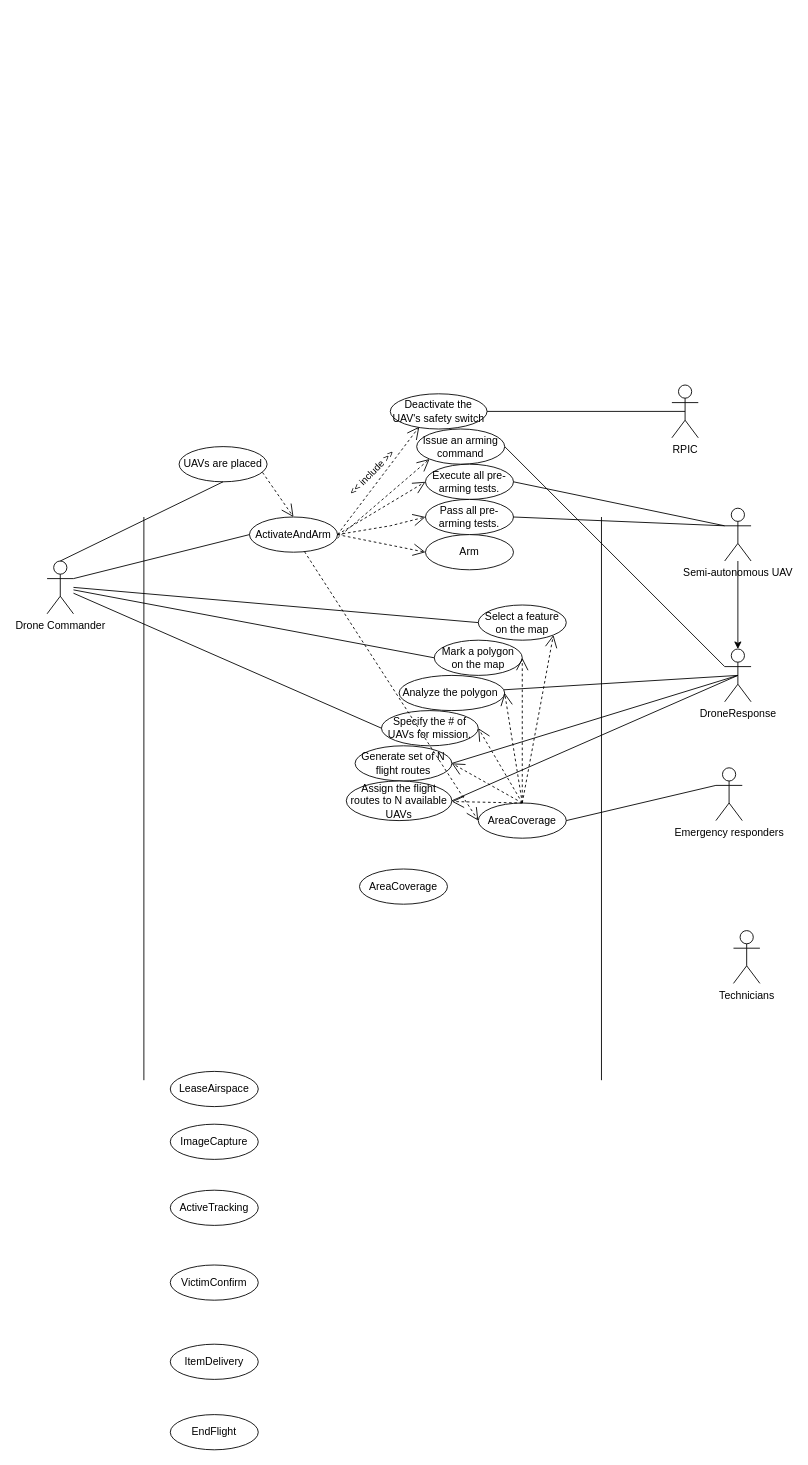
bekzod-amonov/Software-Engineering keeps this draw.io diagram as Assignment-6-Ex-1.drawio. Above is the earlier version. Source tidied: cells renumbered, new cells numbered last; positions are measured from the earlier drawing's top-left corner, leaving out a move shared by most shapes. Both pictures are drawn from the tidied source at 88%, with x=0, y=0 at pixel (47, 385).
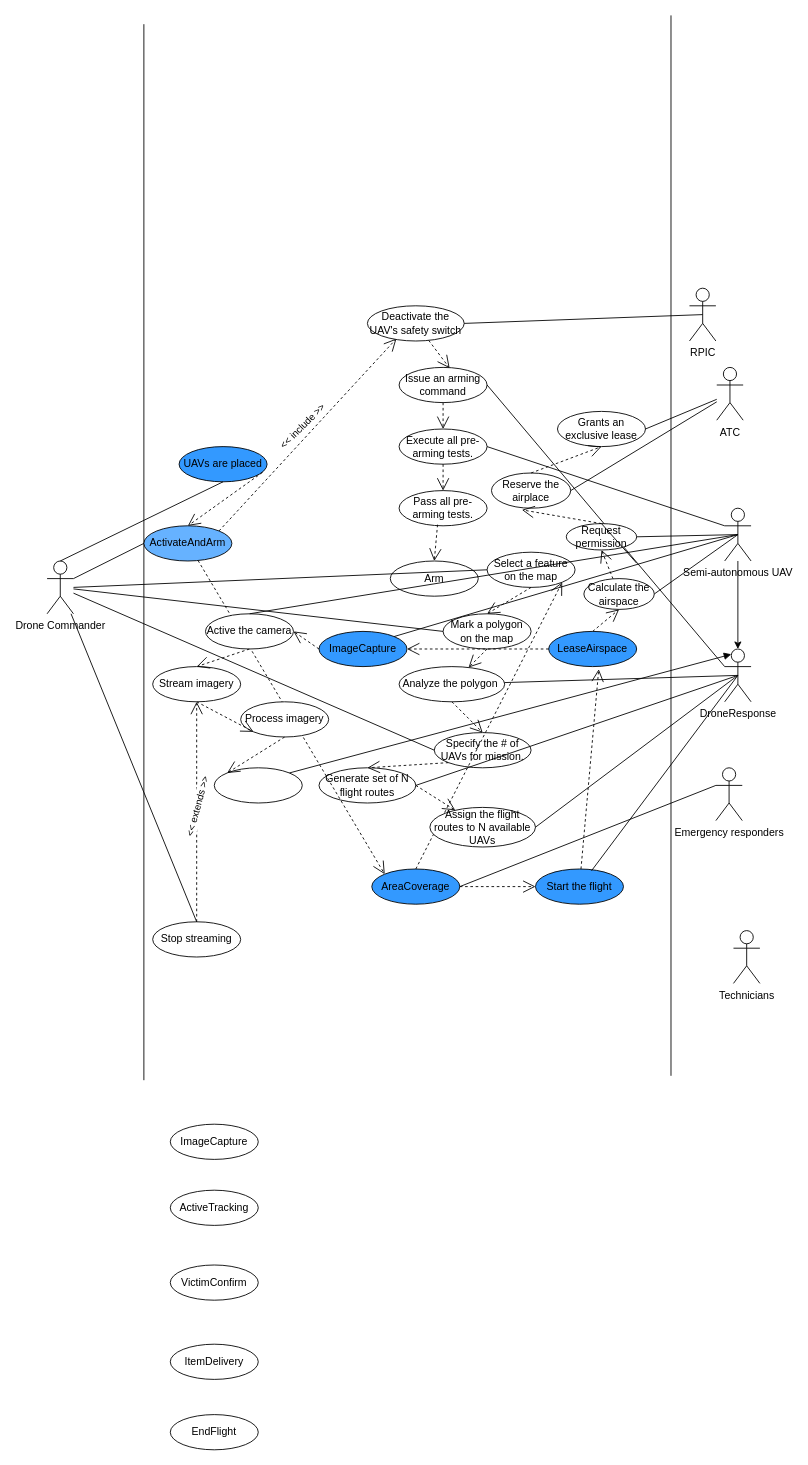
The same diagram, later.

The change refers to these unchanged cells:
```xml
<mxCell id="4" value="Drone Commander" style="shape=umlActor;verticalLabelPosition=bottom;verticalAlign=top;html=1;" parent="1" vertex="1">
  <mxGeometry y="200" width="30" height="60" as="geometry" />
</mxCell>
<mxCell id="5" value="Semi-autonomous UAV" style="shape=umlActor;verticalLabelPosition=bottom;verticalAlign=top;html=1;" parent="1" vertex="1">
  <mxGeometry x="770" y="140" width="30" height="60" as="geometry" />
</mxCell>
<mxCell id="7" value="DroneResponse" style="shape=umlActor;verticalLabelPosition=bottom;verticalAlign=top;html=1;" parent="1" vertex="1">
  <mxGeometry x="770" y="300" width="30" height="60" as="geometry" />
</mxCell>
```

Change to the diagram source:
```diff
@@
     <mxCell id="2" style="endArrow=none;html=1;rounded=0;" parent="1" edge="1">
       <mxGeometry relative="1" as="geometry">
         <mxPoint x="110" y="790" as="sourcePoint" />
-        <mxPoint x="110" y="150" as="targetPoint" />
+        <mxPoint x="110" y="-410" as="targetPoint" />
       </mxGeometry>
     </mxCell>
     <mxCell id="3" style="endArrow=none;html=1;rounded=0;" parent="1" edge="1">
       <mxGeometry relative="1" as="geometry">
-        <mxPoint x="630" y="790" as="sourcePoint" />
-        <mxPoint x="630" y="150" as="targetPoint" />
+        <mxPoint x="709" y="785" as="sourcePoint" />
+        <mxPoint x="709" y="-420" as="targetPoint" />
       </mxGeometry>
     </mxCell>
@@
     <mxCell id="8" value="RPIC" style="shape=umlActor;verticalLabelPosition=bottom;verticalAlign=top;html=1;" parent="1" vertex="1">
-      <mxGeometry x="710" width="30" height="60" as="geometry" />
+      <mxGeometry x="730" y="-110" width="30" height="60" as="geometry" />
     </mxCell>
@@
-    <mxCell id="10" value="ActivateAndArm" style="ellipse;whiteSpace=wrap;html=1;align=center;" parent="1" vertex="1">
-      <mxGeometry x="230" y="150" width="100" height="40" as="geometry" />
+    <mxCell id="10" value="ActivateAndArm" style="ellipse;whiteSpace=wrap;html=1;align=center;fillColor=#66B2FF;" parent="1" vertex="1">
+      <mxGeometry x="110" y="160" width="100" height="40" as="geometry" />
     </mxCell>
-    <mxCell id="11" value="AreaCoverage" style="ellipse;whiteSpace=wrap;html=1;align=center;" parent="1" vertex="1">
-      <mxGeometry x="490" y="475" width="100" height="40" as="geometry" />
+    <mxCell id="11" value="AreaCoverage" style="ellipse;whiteSpace=wrap;html=1;align=center;fillColor=#3399FF;" parent="1" vertex="1">
+      <mxGeometry x="369" y="550" width="100" height="40" as="geometry" />
     </mxCell>
-    <mxCell id="12" value="LeaseAirspace" style="ellipse;whiteSpace=wrap;html=1;align=center;" parent="1" vertex="1">
-      <mxGeometry x="140" y="780" width="100" height="40" as="geometry" />
+    <mxCell id="12" value="LeaseAirspace" style="ellipse;whiteSpace=wrap;html=1;align=center;fillColor=#3399FF;" parent="1" vertex="1">
+      <mxGeometry x="570" y="280" width="100" height="40" as="geometry" />
     </mxCell>
@@
-    <mxCell id="19" style="endArrow=open;endSize=12;dashed=1;html=1;rounded=0;exitX=1;exitY=0.5;exitDx=0;exitDy=0;entryX=0.3;entryY=0.933;entryDx=0;entryDy=0;entryPerimeter=0;" parent="1" edge="1" source="10" target="21">
+    <mxCell id="19" style="endArrow=open;endSize=12;dashed=1;html=1;rounded=0;exitX=1;exitY=0;exitDx=0;exitDy=0;entryX=0.3;entryY=0.933;entryDx=0;entryDy=0;entryPerimeter=0;" parent="1" edge="1" source="10" target="21">
       <mxGeometry x="-0.19" y="26" relative="1" as="geometry" />
     </mxCell>
@@
     <mxCell id="21" value="Deactivate the UAV's safety switch" style="ellipse;whiteSpace=wrap;html=1;align=center;" parent="1" vertex="1">
-      <mxGeometry x="390" y="10" width="110" height="40" as="geometry" />
+      <mxGeometry x="364" y="-90" width="110" height="40" as="geometry" />
     </mxCell>
@@
-    <mxCell id="23" style="endArrow=open;endSize=12;dashed=1;html=1;rounded=0;exitX=1;exitY=0.5;exitDx=0;exitDy=0;entryX=0;entryY=1;entryDx=0;entryDy=0;" parent="1" edge="1" target="25">
-      <mxGeometry x="-0.19" y="26" relative="1" as="geometry">
-        <mxPoint x="330" y="174" as="sourcePoint" />
-      </mxGeometry>
+    <mxCell id="23" style="endArrow=open;endSize=12;dashed=1;html=1;rounded=0;entryX=0.574;entryY=0.021;entryDx=0;entryDy=0;entryPerimeter=0;" parent="1" edge="1" source="21" target="25">
+      <mxGeometry x="-0.19" y="26" relative="1" as="geometry" />
     </mxCell>
@@
     <mxCell id="25" value="Issue an arming command" style="ellipse;whiteSpace=wrap;html=1;align=center;" parent="1" vertex="1">
-      <mxGeometry x="420" y="50" width="100" height="40" as="geometry" />
+      <mxGeometry x="400" y="-20" width="100" height="40" as="geometry" />
     </mxCell>
     <mxCell id="26" value="Execute all pre-arming tests." style="ellipse;whiteSpace=wrap;html=1;align=center;" parent="1" vertex="1">
-      <mxGeometry x="430" y="90" width="100" height="40" as="geometry" />
+      <mxGeometry x="400" y="50" width="100" height="40" as="geometry" />
     </mxCell>
-    <mxCell id="27" style="endArrow=open;endSize=12;dashed=1;html=1;rounded=0;exitX=1;exitY=0.5;exitDx=0;exitDy=0;entryX=0;entryY=0.5;entryDx=0;entryDy=0;" parent="1" edge="1" source="10" target="26">
+    <mxCell id="27" style="endArrow=open;endSize=12;dashed=1;html=1;rounded=0;entryX=0.5;entryY=0;entryDx=0;entryDy=0;" parent="1" edge="1" source="25" target="26">
       <mxGeometry x="-0.19" y="26" relative="1" as="geometry" />
     </mxCell>
     <mxCell id="28" value="Pass all pre-arming tests." style="ellipse;whiteSpace=wrap;html=1;align=center;" parent="1" vertex="1">
-      <mxGeometry x="430" y="130" width="100" height="40" as="geometry" />
+      <mxGeometry x="400" y="120" width="100" height="40" as="geometry" />
     </mxCell>
-    <mxCell id="29" style="endArrow=open;endSize=12;dashed=1;html=1;rounded=0;exitX=1;exitY=0.5;exitDx=0;exitDy=0;entryX=0;entryY=0.5;entryDx=0;entryDy=0;" parent="1" edge="1" source="10" target="28">
-      <mxGeometry x="-0.19" y="26" relative="1" as="geometry">
-        <Array as="points">
-          <mxPoint x="390" y="160" />
-        </Array>
-      </mxGeometry>
+    <mxCell id="29" style="endArrow=open;endSize=12;dashed=1;html=1;rounded=0;exitX=0.5;exitY=1;exitDx=0;exitDy=0;entryX=0.5;entryY=0;entryDx=0;entryDy=0;" parent="1" edge="1" source="26" target="28">
+      <mxGeometry x="-0.19" y="26" relative="1" as="geometry" />
     </mxCell>
@@
-    <mxCell id="31" style="endArrow=none;html=1;rounded=0;exitX=1;exitY=0.5;exitDx=0;exitDy=0;entryX=0;entryY=0.3333333333333333;entryDx=0;entryDy=0;entryPerimeter=0;" parent="1" edge="1" source="28" target="5">
+    <mxCell id="31" style="endArrow=none;html=1;rounded=0;exitX=1;exitY=0.5;exitDx=0;exitDy=0;entryX=0.5;entryY=0.5;entryDx=0;entryDy=0;entryPerimeter=0;" parent="1" edge="1" source="62" target="5">
       <mxGeometry relative="1" as="geometry" />
     </mxCell>
     <mxCell id="32" value="Arm" style="ellipse;whiteSpace=wrap;html=1;align=center;" parent="1" vertex="1">
-      <mxGeometry x="430" y="170" width="100" height="40" as="geometry" />
+      <mxGeometry x="390" y="200" width="100" height="40" as="geometry" />
     </mxCell>
-    <mxCell id="33" style="endArrow=open;endSize=12;dashed=1;html=1;rounded=0;exitX=1;exitY=0.5;exitDx=0;exitDy=0;entryX=0;entryY=0.5;entryDx=0;entryDy=0;" parent="1" edge="1" source="10">
-      <mxGeometry x="-0.19" y="26" relative="1" as="geometry">
-        <mxPoint x="430" y="190" as="targetPoint" />
-      </mxGeometry>
+    <mxCell id="33" style="endArrow=open;endSize=12;dashed=1;html=1;rounded=0;exitX=0.437;exitY=0.968;exitDx=0;exitDy=0;entryX=0.5;entryY=0;entryDx=0;entryDy=0;exitPerimeter=0;" parent="1" edge="1" source="28" target="32">
+      <mxGeometry x="-0.19" y="26" relative="1" as="geometry" />
     </mxCell>
@@
     <mxCell id="36" value="Select a feature on the map" style="ellipse;whiteSpace=wrap;html=1;align=center;" parent="1" vertex="1">
-      <mxGeometry x="490" y="250" width="100" height="40" as="geometry" />
+      <mxGeometry x="500" y="190" width="100" height="40" as="geometry" />
     </mxCell>
     <mxCell id="37" value="Mark a polygon on the map" style="ellipse;whiteSpace=wrap;html=1;align=center;" parent="1" vertex="1">
-      <mxGeometry x="440" y="290" width="100" height="40" as="geometry" />
+      <mxGeometry x="450" y="260" width="100" height="40" as="geometry" />
     </mxCell>
     <mxCell id="38" value="Specify the # of UAVs for mission." style="ellipse;whiteSpace=wrap;html=1;align=center;" parent="1" vertex="1">
-      <mxGeometry x="380" y="370" width="110" height="40" as="geometry" />
+      <mxGeometry x="440" y="395" width="110" height="40" as="geometry" />
     </mxCell>
     <mxCell id="39" value="Analyze the polygon&amp;nbsp;" style="ellipse;whiteSpace=wrap;html=1;align=center;" parent="1" vertex="1">
-      <mxGeometry x="400" y="330" width="120" height="40" as="geometry" />
+      <mxGeometry x="400" y="320" width="120" height="40" as="geometry" />
     </mxCell>
@@
     <mxCell id="44" value="Generate set of N flight routes" style="ellipse;whiteSpace=wrap;html=1;align=center;" parent="1" vertex="1">
-      <mxGeometry x="350" y="410" width="110" height="40" as="geometry" />
+      <mxGeometry x="309" y="435" width="110" height="40" as="geometry" />
     </mxCell>
@@
-    <mxCell id="46" style="endArrow=open;endSize=12;dashed=1;html=1;rounded=0;exitX=0.5;exitY=0;exitDx=0;exitDy=0;entryX=1;entryY=0.5;entryDx=0;entryDy=0;" parent="1" edge="1" source="11" target="37">
-      <mxGeometry x="-0.19" y="26" relative="1" as="geometry" />
-    </mxCell>
-    <mxCell id="47" style="endArrow=open;endSize=12;dashed=1;html=1;rounded=0;exitX=0.5;exitY=0;exitDx=0;exitDy=0;entryX=1;entryY=0.5;entryDx=0;entryDy=0;" parent="1" edge="1" source="11" target="39">
-      <mxGeometry x="-0.19" y="26" relative="1" as="geometry" />
-    </mxCell>
-    <mxCell id="48" style="endArrow=open;endSize=12;dashed=1;html=1;rounded=0;exitX=0.5;exitY=0;exitDx=0;exitDy=0;entryX=1;entryY=0.5;entryDx=0;entryDy=0;" parent="1" edge="1" source="11" target="38">
-      <mxGeometry x="-0.19" y="26" relative="1" as="geometry" />
-    </mxCell>
-    <mxCell id="49" style="endArrow=open;endSize=12;dashed=1;html=1;rounded=0;exitX=0.5;exitY=0;exitDx=0;exitDy=0;entryX=1;entryY=0.5;entryDx=0;entryDy=0;" parent="1" edge="1" source="11" target="44">
-      <mxGeometry x="-0.19" y="26" relative="1" as="geometry" />
-    </mxCell>
@@
     <mxCell id="51" value="Assign the flight routes to N available UAVs" style="ellipse;whiteSpace=wrap;html=1;align=center;" parent="1" vertex="1">
-      <mxGeometry x="340" y="450" width="120" height="45" as="geometry" />
+      <mxGeometry x="435" y="480" width="120" height="45" as="geometry" />
     </mxCell>
@@
-    <mxCell id="53" style="endArrow=open;endSize=12;dashed=1;html=1;rounded=0;exitX=0.5;exitY=0;exitDx=0;exitDy=0;" parent="1" edge="1" source="11" target="51">
-      <mxGeometry x="-0.19" y="26" relative="1" as="geometry" />
-    </mxCell>
-    <mxCell id="54" value="UAVs are placed" style="ellipse;whiteSpace=wrap;html=1;align=center;" parent="1" vertex="1">
+    <mxCell id="54" value="UAVs are placed" style="ellipse;whiteSpace=wrap;html=1;align=center;fillColor=#3399FF;" parent="1" vertex="1">
       <mxGeometry x="150" y="70" width="100" height="40" as="geometry" />
     </mxCell>
@@
-    <mxCell id="56" style="endArrow=open;endSize=12;dashed=1;html=1;rounded=0;exitX=0.948;exitY=0.733;exitDx=0;exitDy=0;entryX=0.5;entryY=0;entryDx=0;entryDy=0;exitPerimeter=0;" parent="1" edge="1" source="54" target="10">
+    <mxCell id="56" style="endArrow=open;endSize=12;dashed=1;html=1;rounded=0;exitX=0.948;exitY=0.733;exitDx=0;exitDy=0;entryX=0.5;entryY=0;entryDx=0;entryDy=0;exitPerimeter=0;fillColor=#3399FF;" parent="1" edge="1" source="54" target="10">
       <mxGeometry x="-0.19" y="26" relative="1" as="geometry" />
     </mxCell>
-    <mxCell id="57" style="endArrow=open;endSize=12;dashed=1;html=1;rounded=0;entryX=0;entryY=0.5;entryDx=0;entryDy=0;" parent="1" edge="1" source="10" target="11">
+    <mxCell id="57" style="endArrow=open;endSize=12;dashed=1;html=1;rounded=0;entryX=0;entryY=0;entryDx=0;entryDy=0;" parent="1" edge="1" source="10" target="11">
       <mxGeometry x="-0.19" y="26" relative="1" as="geometry" />
     </mxCell>
-    <mxCell id="58" value="AreaCoverage" style="ellipse;whiteSpace=wrap;html=1;align=center;" parent="1" vertex="1">
-      <mxGeometry x="355" y="550" width="100" height="40" as="geometry" />
+    <mxCell id="58" value="Start the flight" style="ellipse;whiteSpace=wrap;html=1;align=center;fillColor=#3399FF;" parent="1" vertex="1">
+      <mxGeometry x="555" y="550" width="100" height="40" as="geometry" />
     </mxCell>
+    <mxCell id="59" style="endArrow=open;endSize=12;dashed=1;html=1;rounded=0;exitX=1;exitY=0.5;exitDx=0;exitDy=0;entryX=0;entryY=0.5;entryDx=0;entryDy=0;" parent="1" edge="1" source="11" target="58">
+      <mxGeometry x="-0.19" y="26" relative="1" as="geometry" />
+    </mxCell>
+    <mxCell id="60" style="endArrow=none;html=1;rounded=0;entryX=0.5;entryY=0.5;entryDx=0;entryDy=0;entryPerimeter=0;exitX=0.637;exitY=0.049;exitDx=0;exitDy=0;exitPerimeter=0;" parent="1" edge="1" source="58" target="7">
+      <mxGeometry relative="1" as="geometry" />
+    </mxCell>
+    <mxCell id="61" style="endArrow=open;endSize=12;dashed=1;html=1;rounded=0;entryX=0.569;entryY=1.075;entryDx=0;entryDy=0;entryPerimeter=0;" parent="1" edge="1" source="58" target="12">
+      <mxGeometry x="-0.19" y="26" relative="1" as="geometry" />
+    </mxCell>
+    <mxCell id="62" value="Calculate the airspace" style="ellipse;whiteSpace=wrap;html=1;align=center;" parent="1" vertex="1">
+      <mxGeometry x="610" y="220" width="80" height="35" as="geometry" />
+    </mxCell>
+    <mxCell id="63" value="Request permission" style="ellipse;whiteSpace=wrap;html=1;align=center;" parent="1" vertex="1">
+      <mxGeometry x="590" y="157.5" width="80" height="30" as="geometry" />
+    </mxCell>
+    <mxCell id="64" style="endArrow=open;endSize=12;dashed=1;html=1;rounded=0;exitX=0.5;exitY=0;exitDx=0;exitDy=0;entryX=0.5;entryY=1;entryDx=0;entryDy=0;" parent="1" edge="1" source="12" target="62">
+      <mxGeometry x="-0.19" y="26" relative="1" as="geometry" />
+    </mxCell>
+    <mxCell id="65" value="ATC" style="shape=umlActor;verticalLabelPosition=bottom;verticalAlign=top;html=1;" parent="1" vertex="1">
+      <mxGeometry x="761" y="-20" width="30" height="60" as="geometry" />
+    </mxCell>
+    <mxCell id="66" value="Reserve the airplace" style="ellipse;whiteSpace=wrap;html=1;align=center;" parent="1" vertex="1">
+      <mxGeometry x="505" y="100" width="90" height="40" as="geometry" />
+    </mxCell>
+    <mxCell id="67" value="Grants an exclusive lease" style="ellipse;whiteSpace=wrap;html=1;align=center;" parent="1" vertex="1">
+      <mxGeometry x="580" y="30" width="100" height="40" as="geometry" />
+    </mxCell>
+    <mxCell id="68" style="endArrow=none;html=1;rounded=0;exitX=0.5;exitY=0;exitDx=0;exitDy=0;entryX=0;entryY=0.3333333333333333;entryDx=0;entryDy=0;entryPerimeter=0;" parent="1" edge="1" source="63">
+      <mxGeometry relative="1" as="geometry">
+        <mxPoint x="670" y="202.5" as="targetPoint" />
+      </mxGeometry>
+    </mxCell>
+    <mxCell id="69" style="endArrow=none;html=1;rounded=0;exitX=1;exitY=0.5;exitDx=0;exitDy=0;" parent="1" edge="1" source="66" target="65">
+      <mxGeometry relative="1" as="geometry" />
+    </mxCell>
+    <mxCell id="70" style="endArrow=none;html=1;rounded=0;exitX=1;exitY=0.5;exitDx=0;exitDy=0;" parent="1" edge="1" source="67" target="65">
+      <mxGeometry relative="1" as="geometry" />
+    </mxCell>
+    <mxCell id="71" style="endArrow=open;endSize=12;dashed=1;html=1;rounded=0;exitX=0.5;exitY=1;exitDx=0;exitDy=0;entryX=0.5;entryY=0;entryDx=0;entryDy=0;" parent="1" edge="1" source="36" target="37">
+      <mxGeometry x="-0.19" y="26" relative="1" as="geometry" />
+    </mxCell>
+    <mxCell id="72" style="endArrow=open;endSize=12;dashed=1;html=1;rounded=0;exitX=0.5;exitY=1;exitDx=0;exitDy=0;" parent="1" edge="1" source="37" target="39">
+      <mxGeometry x="-0.19" y="26" relative="1" as="geometry" />
+    </mxCell>
+    <mxCell id="73" style="endArrow=open;endSize=12;dashed=1;html=1;rounded=0;exitX=0.5;exitY=1;exitDx=0;exitDy=0;entryX=0.5;entryY=0;entryDx=0;entryDy=0;" parent="1" edge="1" source="39" target="38">
+      <mxGeometry x="-0.19" y="26" relative="1" as="geometry" />
+    </mxCell>
+    <mxCell id="74" style="endArrow=open;endSize=12;dashed=1;html=1;rounded=0;exitX=0;exitY=1;exitDx=0;exitDy=0;entryX=0.5;entryY=0;entryDx=0;entryDy=0;" parent="1" edge="1" source="38" target="44">
+      <mxGeometry x="-0.19" y="26" relative="1" as="geometry" />
+    </mxCell>
+    <mxCell id="75" style="endArrow=open;endSize=12;dashed=1;html=1;rounded=0;exitX=1;exitY=0.5;exitDx=0;exitDy=0;" parent="1" edge="1" source="44" target="51">
+      <mxGeometry x="-0.19" y="26" relative="1" as="geometry" />
+    </mxCell>
+    <mxCell id="76" style="endArrow=open;endSize=12;dashed=1;html=1;rounded=0;entryX=0.5;entryY=1;entryDx=0;entryDy=0;" parent="1" edge="1" source="62" target="63">
+      <mxGeometry x="-0.19" y="26" relative="1" as="geometry" />
+    </mxCell>
+    <mxCell id="77" style="endArrow=open;endSize=12;dashed=1;html=1;rounded=0;entryX=0.384;entryY=1.047;entryDx=0;entryDy=0;exitX=0.5;exitY=0;exitDx=0;exitDy=0;entryPerimeter=0;" parent="1" edge="1" source="63" target="66">
+      <mxGeometry x="-0.19" y="26" relative="1" as="geometry" />
+    </mxCell>
+    <mxCell id="78" style="endArrow=open;endSize=12;dashed=1;html=1;rounded=0;exitX=0.5;exitY=0;exitDx=0;exitDy=0;entryX=0.5;entryY=1;entryDx=0;entryDy=0;" parent="1" edge="1" source="66" target="67">
+      <mxGeometry x="-0.19" y="26" relative="1" as="geometry" />
+    </mxCell>
+    <mxCell id="79" style="endArrow=none;html=1;rounded=0;exitX=1;exitY=0.5;exitDx=0;exitDy=0;entryX=0.5;entryY=0.5;entryDx=0;entryDy=0;entryPerimeter=0;" parent="1" edge="1" source="63" target="5">
+      <mxGeometry relative="1" as="geometry" />
+    </mxCell>
+    <mxCell id="80" value="ImageCapture" style="ellipse;whiteSpace=wrap;html=1;align=center;fillColor=#3399FF;" parent="1" vertex="1">
+      <mxGeometry x="309" y="280" width="100" height="40" as="geometry" />
+    </mxCell>
+    <mxCell id="81" value="Active the camera" style="ellipse;whiteSpace=wrap;html=1;align=center;" parent="1" vertex="1">
+      <mxGeometry x="180" y="260" width="100" height="40" as="geometry" />
+    </mxCell>
+    <mxCell id="82" value="Stream imagery" style="ellipse;whiteSpace=wrap;html=1;align=center;" parent="1" vertex="1">
+      <mxGeometry x="120" y="320" width="100" height="40" as="geometry" />
+    </mxCell>
+    <mxCell id="83" value="Process imagery" style="ellipse;whiteSpace=wrap;html=1;align=center;" parent="1" vertex="1">
+      <mxGeometry x="220" y="360" width="100" height="40" as="geometry" />
+    </mxCell>
+    <mxCell id="84" style="ellipse;whiteSpace=wrap;html=1;align=center;" parent="1" vertex="1">
+      <mxGeometry x="190" y="435" width="100" height="40" as="geometry" />
+    </mxCell>
+    <mxCell id="85" value="Stop streaming" style="ellipse;whiteSpace=wrap;html=1;align=center;" parent="1" vertex="1">
+      <mxGeometry x="120" y="610" width="100" height="40" as="geometry" />
+    </mxCell>
+    <mxCell id="86" style="endArrow=none;html=1;rounded=0;entryX=0.5;entryY=0;entryDx=0;entryDy=0;" parent="1" edge="1" source="4" target="85">
+      <mxGeometry relative="1" as="geometry" />
+    </mxCell>
+    <mxCell id="87" style="endArrow=open;endSize=12;dashed=1;html=1;rounded=0;exitX=0.5;exitY=0;exitDx=0;exitDy=0;entryX=0.5;entryY=1;entryDx=0;entryDy=0;" parent="1" edge="1" source="85" target="82">
+      <mxGeometry x="-0.19" y="26" relative="1" as="geometry" />
+    </mxCell>
+    <mxCell id="88" value="&amp;lt;&amp;lt; extends &amp;gt;&amp;gt;" style="edgeLabel;html=1;align=center;verticalAlign=middle;rotation=-75;" parent="87" vertex="1">
+      <mxGeometry x="0.01" y="-1" relative="1" as="geometry">
+        <mxPoint x="-1" y="-4" as="offset" />
+      </mxGeometry>
+    </mxCell>
+    <mxCell id="89" style="endArrow=open;endSize=12;dashed=1;html=1;rounded=0;exitX=0;exitY=0.5;exitDx=0;exitDy=0;entryX=1;entryY=0.5;entryDx=0;entryDy=0;" parent="1" edge="1" source="12" target="80">
+      <mxGeometry x="-0.19" y="26" relative="1" as="geometry" />
+    </mxCell>
+    <mxCell id="90" style="endArrow=open;endSize=12;dashed=1;html=1;rounded=0;exitX=0;exitY=0.5;exitDx=0;exitDy=0;entryX=1;entryY=0.5;entryDx=0;entryDy=0;" parent="1" edge="1" source="80" target="81">
+      <mxGeometry x="-0.19" y="26" relative="1" as="geometry" />
+    </mxCell>
+    <mxCell id="91" style="endArrow=open;endSize=12;dashed=1;html=1;rounded=0;exitX=0.5;exitY=1;exitDx=0;exitDy=0;entryX=0.5;entryY=0;entryDx=0;entryDy=0;" parent="1" edge="1" source="81" target="82">
+      <mxGeometry x="-0.19" y="26" relative="1" as="geometry" />
+    </mxCell>
+    <mxCell id="92" style="endArrow=open;endSize=12;dashed=1;html=1;rounded=0;exitX=0.5;exitY=1;exitDx=0;exitDy=0;entryX=0;entryY=1;entryDx=0;entryDy=0;" parent="1" edge="1" source="82" target="83">
+      <mxGeometry x="-0.19" y="26" relative="1" as="geometry" />
+    </mxCell>
+    <mxCell id="93" style="html=1;verticalAlign=bottom;endArrow=block;curved=0;rounded=0;exitX=1;exitY=0;exitDx=0;exitDy=0;entryX=0.25;entryY=0.1;entryDx=0;entryDy=0;entryPerimeter=0;" parent="1" edge="1" source="84" target="7">
+      <mxGeometry relative="1" as="geometry" />
+    </mxCell>
+    <mxCell id="94" style="endArrow=open;endSize=12;dashed=1;html=1;rounded=0;exitX=0.5;exitY=1;exitDx=0;exitDy=0;entryX=0;entryY=0;entryDx=0;entryDy=0;" parent="1" edge="1" source="83" target="84">
+      <mxGeometry x="-0.19" y="26" relative="1" as="geometry" />
+    </mxCell>
+    <mxCell id="95" style="endArrow=none;html=1;rounded=0;exitX=1;exitY=0;exitDx=0;exitDy=0;entryX=0.5;entryY=0.5;entryDx=0;entryDy=0;entryPerimeter=0;" parent="1" edge="1" source="80" target="5">
+      <mxGeometry relative="1" as="geometry" />
+    </mxCell>
+    <mxCell id="96" style="endArrow=none;html=1;rounded=0;exitX=0.5;exitY=0;exitDx=0;exitDy=0;entryX=0.5;entryY=0.5;entryDx=0;entryDy=0;entryPerimeter=0;" parent="1" edge="1" source="81" target="5">
+      <mxGeometry relative="1" as="geometry" />
+    </mxCell>
```
